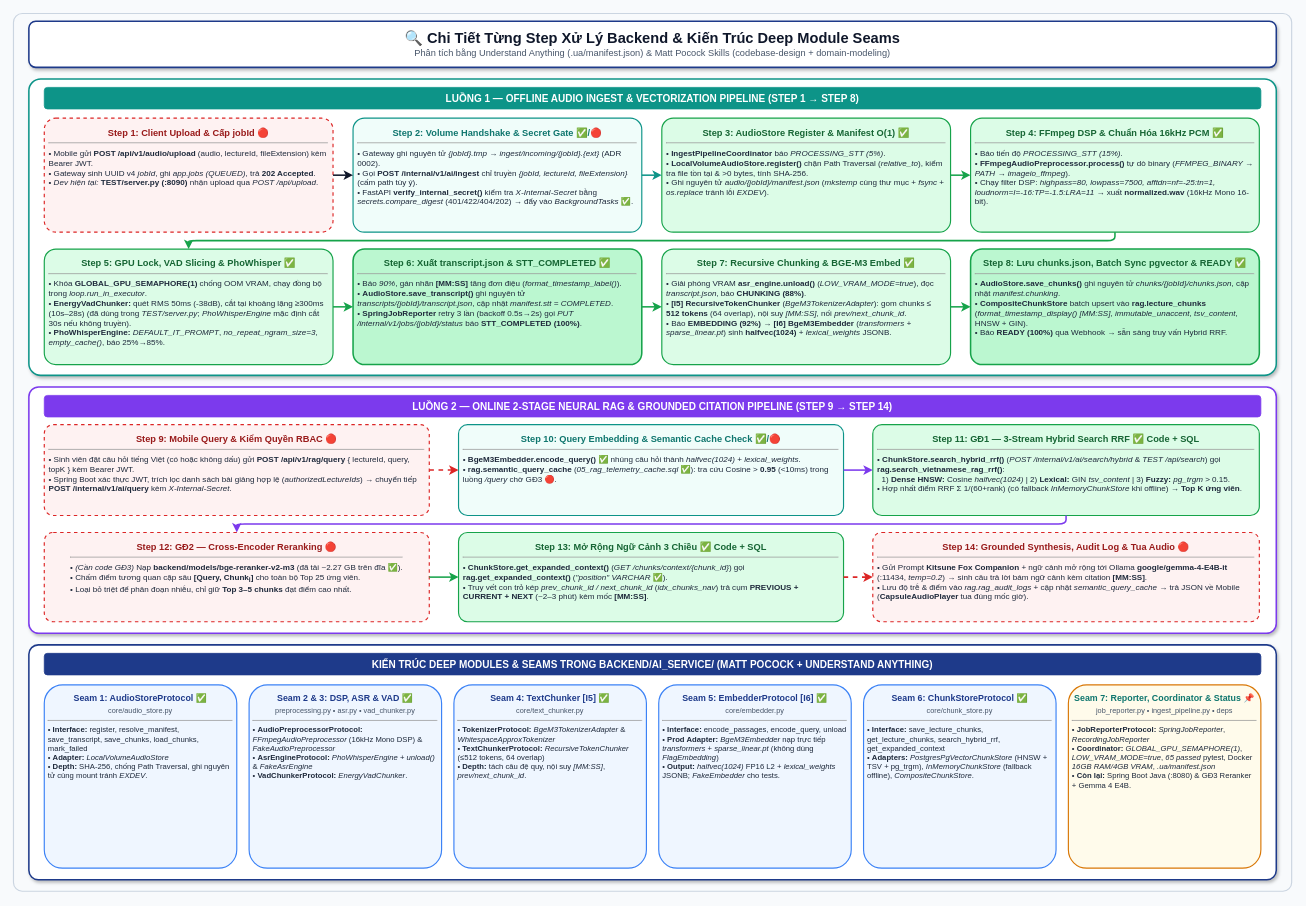
The draw.io diagram page "2. Chi Tiết Từng Step & Deep Modules" (2 of 2) of docs/KienTrucHeThong.drawio in cthanhdev/Lecture_Lens, before the edit. Source tidied: cells renumbered, new cells numbered last; positions are measured from the earlier drawing's top-left corner, leaving out a move shared by most shapes. Both pictures are drawn from the tidied source at 77%, with x=0, y=0 at pixel (13, 13).
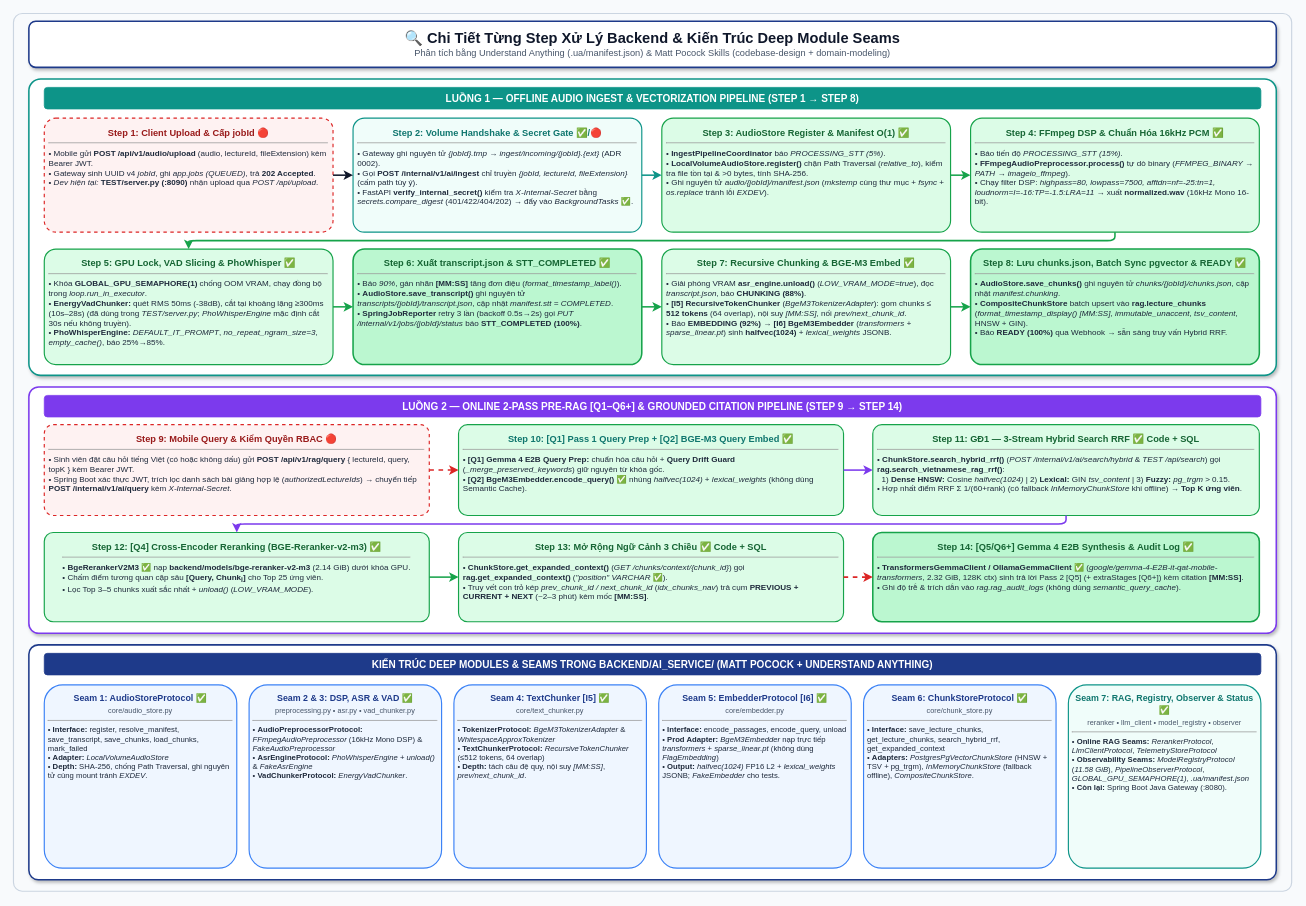
The same page after the edit.

What changed in the source:
```diff
@@
-    <mxCell id="22" value="&lt;b style=&quot;font-size:13px; color:#FFFFFF;&quot;&gt;LUỒNG 2 — ONLINE 2-STAGE NEURAL RAG &amp;amp; GROUNDED CITATION PIPELINE (STEP 9 &amp;rarr; STEP 14)&lt;/b&gt;" style="rounded=1;whiteSpace=wrap;html=1;fillColor=#7C3AED;strokeColor=#7C3AED;arcSize=15;" parent="1" vertex="1">
+    <mxCell id="22" value="&lt;b style=&quot;font-size:13px; color:#FFFFFF;&quot;&gt;LUỒNG 2 — ONLINE 2-PASS PRE-RAG [Q1–Q6+] &amp;amp; GROUNDED CITATION PIPELINE (STEP 9 &amp;rarr; STEP 14)&lt;/b&gt;" style="rounded=1;whiteSpace=wrap;html=1;fillColor=#7C3AED;strokeColor=#7C3AED;arcSize=15;" parent="1" vertex="1">
       <mxGeometry x="40" y="496" width="1580" height="28" as="geometry" />
     </mxCell>
@@
-    <mxCell id="24" value="&lt;b style=&quot;color:#0F766E; font-size:12px;&quot;&gt;Step 10: Query Embedding &amp;amp; Semantic Cache Check ✅/🔴&lt;/b&gt;&lt;hr size=&quot;1&quot;/&gt;&lt;div style=&quot;text-align:left; font-size:10.5px; color:#1E293B;&quot;&gt;&amp;bull; &lt;b&gt;BgeM3Embedder.encode_query() ✅&lt;/b&gt; nhúng câu hỏi thành &lt;i&gt;halfvec(1024)&lt;/i&gt; + &lt;i&gt;lexical_weights&lt;/i&gt;.&lt;br/&gt;&amp;bull; &lt;b&gt;rag.semantic_query_cache&lt;/b&gt; (&lt;i&gt;05_rag_telemetry_cache.sql&lt;/i&gt; ✅): tra cứu Cosine &amp;gt; &lt;b&gt;0.95&lt;/b&gt; (&amp;lt;10ms) trong luồng &lt;i&gt;/query&lt;/i&gt; chờ GĐ3 🔴.&lt;/div&gt;" style="rounded=1;whiteSpace=wrap;html=1;fillColor=#F0FDFA;strokeColor=#0D9488;strokeWidth=1.5;arcSize=10;spacing=7;verticalAlign=top;" parent="1" vertex="1">
+    <mxCell id="24" value="&lt;b style=&quot;color:#0F766E; font-size:12px;&quot;&gt;Step 10: [Q1] Pass 1 Query Prep + [Q2] BGE-M3 Query Embed ✅&lt;/b&gt;&lt;hr size=&quot;1&quot;/&gt;&lt;div style=&quot;text-align:left; font-size:10.5px; color:#1E293B;&quot;&gt;&amp;bull; &lt;b&gt;[Q1] Gemma 4 E2B Query Prep:&lt;/b&gt; chuẩn hóa câu hỏi + &lt;b&gt;Query Drift Guard&lt;/b&gt; (&lt;i&gt;_merge_preserved_keywords&lt;/i&gt;) giữ nguyên từ khóa gốc.&lt;br/&gt;&amp;bull; &lt;b&gt;[Q2] BgeM3Embedder.encode_query() ✅&lt;/b&gt; nhúng &lt;i&gt;halfvec(1024)&lt;/i&gt; + &lt;i&gt;lexical_weights&lt;/i&gt; (không dùng Semantic Cache).&lt;/div&gt;" style="rounded=1;whiteSpace=wrap;html=1;fillColor=#DCFCE7;strokeColor=#16A34A;strokeWidth=1.5;arcSize=10;spacing=7;verticalAlign=top;" parent="1" vertex="1">
       <mxGeometry x="578" y="534" width="500" height="118" as="geometry" />
     </mxCell>
@@
-    <mxCell id="26" value="&lt;b style=&quot;color:#991B1B; font-size:12px;&quot;&gt;Step 12: GĐ2 — Cross-Encoder Reranking 🔴&lt;/b&gt;&lt;hr size=&quot;1&quot;/&gt;&lt;div style=&quot;text-align:left; font-size:10.5px; color:#1E293B;&quot;&gt;&amp;bull; &lt;i&gt;(Cần code GĐ3)&lt;/i&gt; Nạp &lt;b&gt;backend/models/bge-reranker-v2-m3&lt;/b&gt; (đã tải ~2.27 GB trên đĩa ✅).&lt;br/&gt;&amp;bull; Chấm điểm tương quan cặp sâu &lt;b&gt;[Query, Chunk&lt;sub&gt;i&lt;/sub&gt;]&lt;/b&gt; cho toàn bộ Top 25 ứng viên.&lt;br/&gt;&amp;bull; Loại bỏ triệt để phân đoạn nhiễu, chỉ giữ &lt;b&gt;Top 3&amp;ndash;5 chunks&lt;/b&gt; đạt điểm cao nhất.&lt;/div&gt;" style="rounded=1;whiteSpace=wrap;html=1;fillColor=#FEF2F2;strokeColor=#DC2626;strokeWidth=1.5;dashed=1;arcSize=10;spacing=7;verticalAlign=top;" parent="1" vertex="1">
+    <mxCell id="26" value="&lt;b style=&quot;color:#166534; font-size:12px;&quot;&gt;Step 12: [Q4] Cross-Encoder Reranking (BGE-Reranker-v2-m3) ✅&lt;/b&gt;&lt;hr size=&quot;1&quot;/&gt;&lt;div style=&quot;text-align:left; font-size:10.5px; color:#1E293B;&quot;&gt;&amp;bull; &lt;b&gt;BgeRerankerV2M3 ✅&lt;/b&gt; nạp &lt;b&gt;backend/models/bge-reranker-v2-m3&lt;/b&gt; (2.14 GiB) dưới khóa GPU.&lt;br/&gt;&amp;bull; Chấm điểm tương quan cặp sâu &lt;b&gt;[Query, Chunk&lt;sub&gt;i&lt;/sub&gt;]&lt;/b&gt; cho Top 25 ứng viên.&lt;br/&gt;&amp;bull; Lọc Top 3&amp;ndash;5 chunks xuất sắc nhất + &lt;i&gt;unload()&lt;/i&gt; (&lt;i&gt;LOW_VRAM_MODE&lt;/i&gt;).&lt;/div&gt;" style="rounded=1;whiteSpace=wrap;html=1;fillColor=#DCFCE7;strokeColor=#16A34A;strokeWidth=1.5;arcSize=10;spacing=7;verticalAlign=top;" parent="1" vertex="1">
       <mxGeometry x="40" y="674" width="500" height="116" as="geometry" />
     </mxCell>
@@
-    <mxCell id="28" value="&lt;b style=&quot;color:#991B1B; font-size:12px;&quot;&gt;Step 14: Grounded Synthesis, Audit Log &amp;amp; Tua Audio 🔴&lt;/b&gt;&lt;hr size=&quot;1&quot;/&gt;&lt;div style=&quot;text-align:left; font-size:10.5px; color:#1E293B;&quot;&gt;&amp;bull; Gửi Prompt &lt;b&gt;Kitsune Fox Companion&lt;/b&gt; + ngữ cảnh mở rộng tới Ollama &lt;b&gt;google/gemma-4-E4B-it&lt;/b&gt; (:11434, &lt;i&gt;temp=0.2&lt;/i&gt;) &amp;rarr; sinh câu trả lời bám ngữ cảnh kèm citation &lt;b&gt;[MM:SS]&lt;/b&gt;.&lt;br/&gt;&amp;bull; Lưu độ trễ &amp;amp; điểm vào &lt;i&gt;rag.rag_audit_logs&lt;/i&gt; + cập nhật &lt;i&gt;semantic_query_cache&lt;/i&gt; &amp;rarr; trả JSON về Mobile (&lt;b&gt;CapsuleAudioPlayer&lt;/b&gt; tua đúng mốc giờ).&lt;/div&gt;" style="rounded=1;whiteSpace=wrap;html=1;fillColor=#FEF2F2;strokeColor=#DC2626;strokeWidth=1.5;dashed=1;arcSize=10;spacing=7;verticalAlign=top;" parent="1" vertex="1">
+    <mxCell id="28" value="&lt;b style=&quot;color:#166534; font-size:12px;&quot;&gt;Step 14: [Q5/Q6+] Gemma 4 E2B Synthesis &amp;amp; Audit Log ✅&lt;/b&gt;&lt;hr size=&quot;1&quot;/&gt;&lt;div style=&quot;text-align:left; font-size:10.5px; color:#1E293B;&quot;&gt;&amp;bull; &lt;b&gt;TransformersGemmaClient / OllamaGemmaClient ✅&lt;/b&gt; (&lt;i&gt;google/gemma-4-E2B-it-qat-mobile-transformers&lt;/i&gt;, 2.32 GiB, 128K ctx) sinh trả lời Pass 2 [Q5] (+ extraStages [Q6+]) kèm citation &lt;b&gt;[MM:SS]&lt;/b&gt;.&lt;br/&gt;&amp;bull; Ghi độ trễ &amp;amp; trích dẫn vào &lt;i&gt;rag.rag_audit_logs&lt;/i&gt; (không dùng &lt;i&gt;semantic_query_cache&lt;/i&gt;).&lt;/div&gt;" style="rounded=1;whiteSpace=wrap;html=1;fillColor=#BBF7D0;strokeColor=#16A34A;strokeWidth=2;arcSize=10;spacing=7;verticalAlign=top;" parent="1" vertex="1">
       <mxGeometry x="1116" y="674" width="502" height="116" as="geometry" />
     </mxCell>
@@
-    <mxCell id="41" value="&lt;b style=&quot;color:#0F766E; font-size:11.5px;&quot;&gt;Seam 7: Reporter, Coordinator &amp;amp; Status 📌&lt;/b&gt;&lt;br/&gt;&lt;span style=&quot;font-size:9.5px; color:#475569;&quot;&gt;job_reporter.py &amp;bull; ingest_pipeline.py &amp;bull; deps&lt;/span&gt;&lt;hr size=&quot;1&quot;/&gt;&lt;div style=&quot;text-align:left; font-size:10px; color:#1E293B;&quot;&gt;&amp;bull; &lt;b&gt;JobReporterProtocol:&lt;/b&gt; &lt;i&gt;SpringJobReporter&lt;/i&gt;, &lt;i&gt;RecordingJobReporter&lt;/i&gt;&lt;br/&gt;&amp;bull; &lt;b&gt;Coordinator:&lt;/b&gt; &lt;i&gt;GLOBAL_GPU_SEMAPHORE(1)&lt;/i&gt;, &lt;i&gt;LOW_VRAM_MODE=true&lt;/i&gt;, &lt;i&gt;65 passed&lt;/i&gt; pytest, Docker &lt;i&gt;16GB RAM/4GB VRAM&lt;/i&gt;, &lt;i&gt;.ua/manifest.json&lt;/i&gt;&lt;br/&gt;&amp;bull; &lt;b&gt;Còn lại:&lt;/b&gt; Spring Boot Java (:8080) &amp;amp; GĐ3 Reranker + Gemma 4 E4B.&lt;/div&gt;" style="rounded=1;whiteSpace=wrap;html=1;fillColor=#FFFBEB;strokeColor=#D97706;strokeWidth=1.5;arcSize=10;spacing=6;verticalAlign=top;" parent="1" vertex="1">
+    <mxCell id="41" value="&lt;b style=&quot;color:#0F766E; font-size:11.5px;&quot;&gt;Seam 7: RAG, Registry, Observer &amp;amp; Status ✅&lt;/b&gt;&lt;br/&gt;&lt;span style=&quot;font-size:9.5px; color:#475569;&quot;&gt;reranker &amp;bull; llm_client &amp;bull; model_registry &amp;bull; observer&lt;/span&gt;&lt;hr size=&quot;1&quot;/&gt;&lt;div style=&quot;text-align:left; font-size:10px; color:#1E293B;&quot;&gt;&amp;bull; &lt;b&gt;Online RAG Seams:&lt;/b&gt; &lt;i&gt;RerankerProtocol&lt;/i&gt;, &lt;i&gt;LlmClientProtocol&lt;/i&gt;, &lt;i&gt;TelemetryStoreProtocol&lt;/i&gt;&lt;br/&gt;&amp;bull; &lt;b&gt;Observability Seams:&lt;/b&gt; &lt;i&gt;ModelRegistryProtocol&lt;/i&gt; (&lt;i&gt;11.58 GiB&lt;/i&gt;), &lt;i&gt;PipelineObserverProtocol&lt;/i&gt;, &lt;i&gt;GLOBAL_GPU_SEMAPHORE(1)&lt;/i&gt;, &lt;i&gt;.ua/manifest.json&lt;/i&gt;&lt;br/&gt;&amp;bull; &lt;b&gt;Còn lại:&lt;/b&gt; Spring Boot Java Gateway (:8080).&lt;/div&gt;" style="rounded=1;whiteSpace=wrap;html=1;fillColor=#F0FDFA;strokeColor=#0D9488;strokeWidth=1.5;arcSize=10;spacing=6;verticalAlign=top;" parent="1" vertex="1">
       <mxGeometry x="1370" y="872" width="250" height="238" as="geometry" />
     </mxCell>
```
